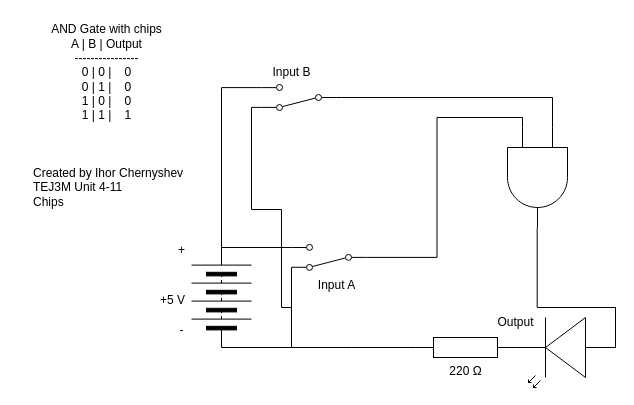
ihor-chernyshev/TEJ3M-Unit-4 keeps this draw.io diagram as 4-12/schematic_diagram.drawio. Above is the earlier version. Source tidied: cells renumbered, new cells numbered last; positions are measured from the earlier drawing's top-left corner, leaving out a move shared by most shapes. Both pictures are drawn from the tidied source at 100%, with x=0, y=0 at pixel (31, 17).
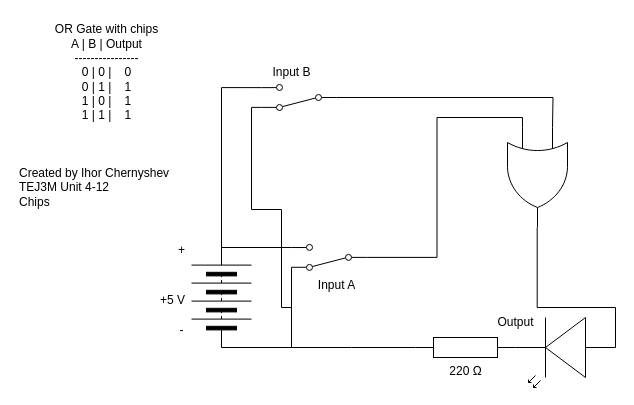
Above is the later version.

Unchanged cells that the change refers to:
```xml
<mxCell id="16" style="html=1;shape=mxgraph.electrical.electro-mechanical.twoWaySwitch;elSwitchState=2;rotation=-180;" parent="1" vertex="1">
  <mxGeometry x="260" y="226.9" width="75" height="26" as="geometry" />
</mxCell>
<mxCell id="21" style="html=1;shape=mxgraph.electrical.electro-mechanical.twoWaySwitch;elSwitchState=2;rotation=-180;" parent="1" vertex="1">
  <mxGeometry x="230" y="67" width="75" height="26" as="geometry" />
</mxCell>
```

The edit, as a diff of the source:
```diff
@@
-    <mxCell id="7" value="Created by Ihor Chernyshev&lt;div&gt;TEJ3M Unit 4-11&lt;/div&gt;&lt;div&gt;Chips&lt;/div&gt;" style="text;html=1;align=left;verticalAlign=middle;strokeColor=none;fillColor=none;" parent="1" vertex="1">
-      <mxGeometry y="140" width="180" height="60" as="geometry" />
+    <mxCell id="7" value="Created by Ihor Chernyshev&lt;div&gt;TEJ3M Unit 4-12&lt;/div&gt;&lt;div&gt;Chips&lt;/div&gt;" style="text;html=1;align=left;verticalAlign=middle;strokeColor=none;fillColor=none;" parent="1" vertex="1">
+      <mxGeometry x="-14" y="140" width="180" height="60" as="geometry" />
     </mxCell>
@@
-    <mxCell id="12" value="&lt;div&gt;&lt;font color=&quot;#000000&quot;&gt;AND Gate with chips&lt;/font&gt;&lt;/div&gt;&lt;div&gt;&lt;font color=&quot;#000000&quot;&gt;A | B | Output&lt;/font&gt;&lt;/div&gt;&lt;div&gt;&lt;font color=&quot;#000000&quot;&gt;----------------&lt;/font&gt;&lt;/div&gt;&lt;div&gt;&lt;font color=&quot;#000000&quot;&gt;0 | 0 |&amp;nbsp; &amp;nbsp; 0&lt;/font&gt;&lt;/div&gt;&lt;div&gt;&lt;font color=&quot;#000000&quot;&gt;0 | 1 |&amp;nbsp; &amp;nbsp; 0&lt;/font&gt;&lt;/div&gt;&lt;div&gt;&lt;font color=&quot;#000000&quot;&gt;1 | 0 |&amp;nbsp; &amp;nbsp; 0&lt;/font&gt;&lt;/div&gt;&lt;div&gt;&lt;font color=&quot;#000000&quot;&gt;1 | 1 |&amp;nbsp; &amp;nbsp; 1&lt;/font&gt;&lt;/div&gt;" style="text;html=1;align=center;verticalAlign=middle;strokeColor=none;fillColor=none;" parent="1" vertex="1">
-      <mxGeometry x="5" width="140" height="110" as="geometry" />
+    <mxCell id="12" value="&lt;div&gt;&lt;font color=&quot;#000000&quot;&gt;OR Gate with chips&lt;/font&gt;&lt;/div&gt;&lt;div&gt;&lt;font color=&quot;#000000&quot;&gt;A | B | Output&lt;/font&gt;&lt;/div&gt;&lt;div&gt;&lt;font color=&quot;#000000&quot;&gt;----------------&lt;/font&gt;&lt;/div&gt;&lt;div&gt;&lt;font color=&quot;#000000&quot;&gt;0 | 0 |&amp;nbsp; &amp;nbsp; 0&lt;/font&gt;&lt;/div&gt;&lt;div&gt;&lt;font color=&quot;#000000&quot;&gt;0 | 1 |&amp;nbsp; &amp;nbsp; 1&lt;/font&gt;&lt;/div&gt;&lt;div&gt;&lt;font color=&quot;#000000&quot;&gt;1 | 0 |&amp;nbsp; &amp;nbsp; 1&lt;/font&gt;&lt;/div&gt;&lt;div&gt;&lt;font color=&quot;#000000&quot;&gt;1 | 1 |&amp;nbsp; &amp;nbsp; 1&lt;/font&gt;&lt;/div&gt;" style="text;html=1;align=center;verticalAlign=middle;strokeColor=none;fillColor=none;" parent="1" vertex="1">
+      <mxGeometry x="10" width="130" height="110" as="geometry" />
     </mxCell>
@@
-    <mxCell id="23" style="verticalLabelPosition=bottom;shadow=0;dashed=0;align=center;html=1;verticalAlign=top;shape=mxgraph.electrical.logic_gates.logic_gate;operation=and;rotation=90;" parent="1" vertex="1">
-      <mxGeometry x="456" y="130" width="100" height="60" as="geometry" />
-    </mxCell>
-    <mxCell id="24" style="edgeStyle=orthogonalEdgeStyle;html=1;exitX=0;exitY=0.5;exitDx=0;exitDy=0;entryX=0;entryY=0.75;entryDx=0;entryDy=0;entryPerimeter=0;rounded=0;curved=0;endArrow=none;endFill=0;" parent="1" edge="1" source="16" target="23">
+    <mxCell id="24" style="edgeStyle=orthogonalEdgeStyle;html=1;exitX=0;exitY=0.5;exitDx=0;exitDy=0;entryX=0;entryY=0.75;entryDx=0;entryDy=0;entryPerimeter=0;rounded=0;curved=0;endArrow=none;endFill=0;" parent="1" edge="1" source="16" target="26">
       <mxGeometry relative="1" as="geometry" />
     </mxCell>
-    <mxCell id="25" style="edgeStyle=orthogonalEdgeStyle;html=1;exitX=0;exitY=0.5;exitDx=0;exitDy=0;entryX=0;entryY=0.25;entryDx=0;entryDy=0;entryPerimeter=0;endArrow=none;endFill=0;rounded=0;curved=0;" parent="1" edge="1" source="21" target="23">
-      <mxGeometry relative="1" as="geometry" />
+    <mxCell id="25" style="edgeStyle=orthogonalEdgeStyle;html=1;exitX=0;exitY=0.5;exitDx=0;exitDy=0;entryX=0;entryY=0.25;entryDx=0;entryDy=0;entryPerimeter=0;endArrow=none;endFill=0;rounded=0;curved=0;" parent="1" edge="1" source="21">
+      <mxGeometry relative="1" as="geometry">
+        <mxPoint x="521" y="110" as="targetPoint" />
+      </mxGeometry>
     </mxCell>
+    <mxCell id="26" style="verticalLabelPosition=bottom;shadow=0;dashed=0;align=center;html=1;verticalAlign=top;shape=mxgraph.electrical.logic_gates.logic_gate;operation=or;rotation=90;" parent="1" vertex="1">
+      <mxGeometry x="456" y="130" width="100" height="60" as="geometry" />
+    </mxCell>
```
